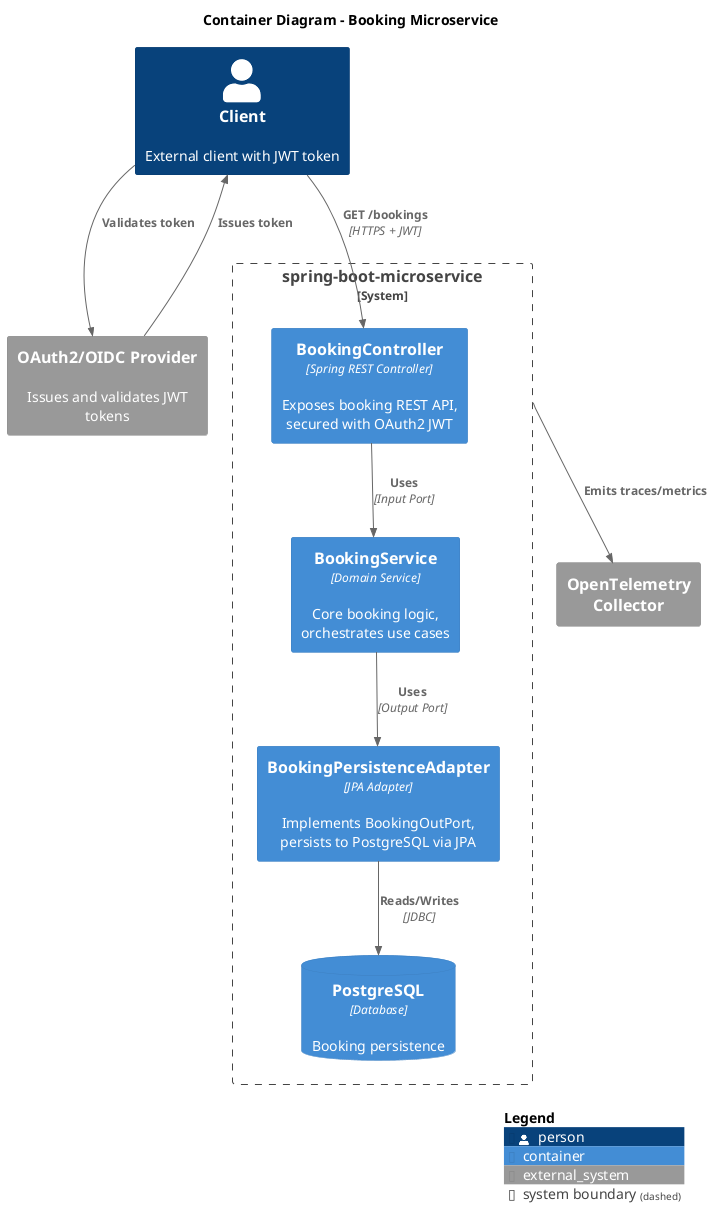
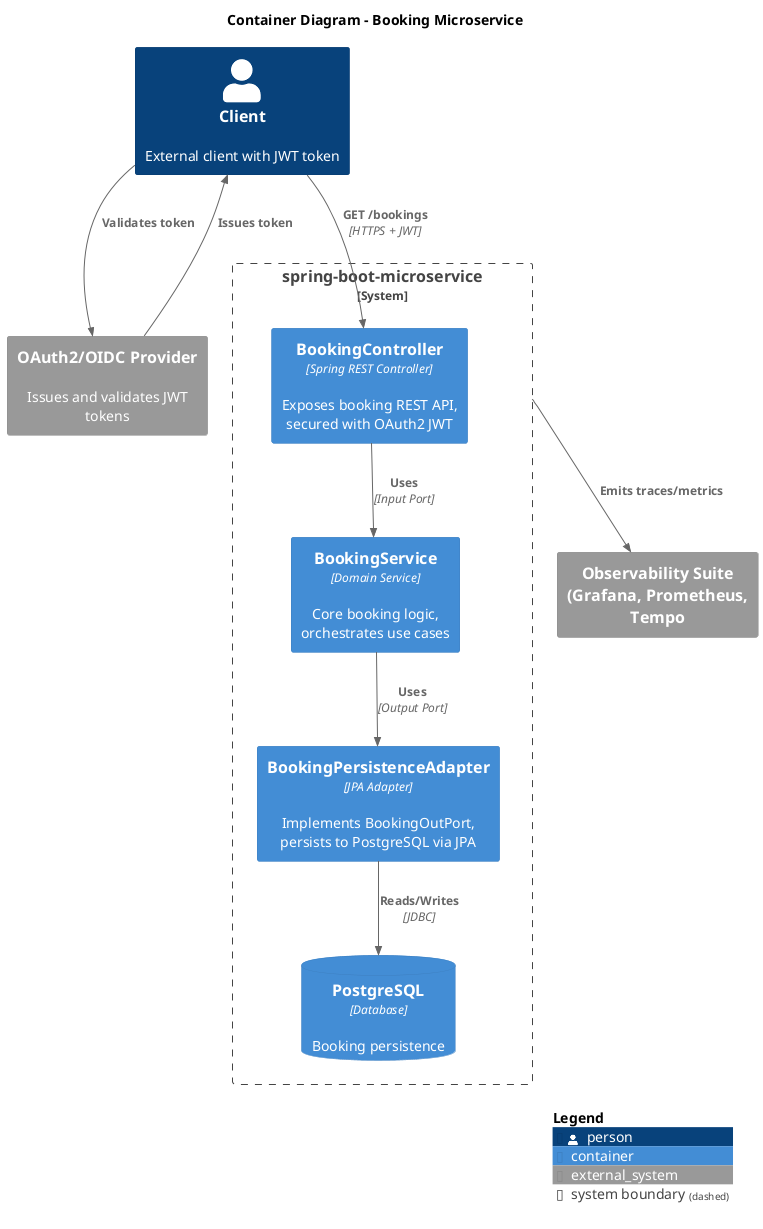
@startuml
!include <C4/C4_Container>

LAYOUT_WITH_LEGEND()

title Container Diagram - Booking Microservice

Person(client, "Client", "External client with JWT token")

System_Boundary(microservice, "spring-boot-microservice") {
    Container(bookingController, "BookingController", "Spring REST Controller", "Exposes booking REST API, secured with OAuth2 JWT")
    Container(bookingService, "BookingService", "Domain Service", "Core booking logic, orchestrates use cases")
    Container(bookingPersistenceAdapter, "BookingPersistenceAdapter", "JPA Adapter", "Implements BookingOutPort, persists to PostgreSQL via JPA")

    ContainerDb(postgres, "PostgreSQL", "Database", "Booking persistence")
}

System_Ext(oauthProvider, "OAuth2/OIDC Provider", "Issues and validates JWT tokens")
- System_Ext(collector, "OpenTelemetry Collector")
+ System_Ext(collector, "Observability Suite (Grafana, Prometheus, Tempo")

Rel(client, bookingController, "GET /bookings", "HTTPS + JWT")
Rel(bookingController, bookingService, "Uses", "Input Port")
Rel(bookingService, bookingPersistenceAdapter, "Uses", "Output Port")
Rel(bookingPersistenceAdapter, postgres, "Reads/Writes", "JDBC")

Rel(oauthProvider, client, "Issues token")
Rel(client, oauthProvider, "Validates token")

Rel(microservice, collector, "Emits traces/metrics")

SHOW_LEGEND()
@enduml